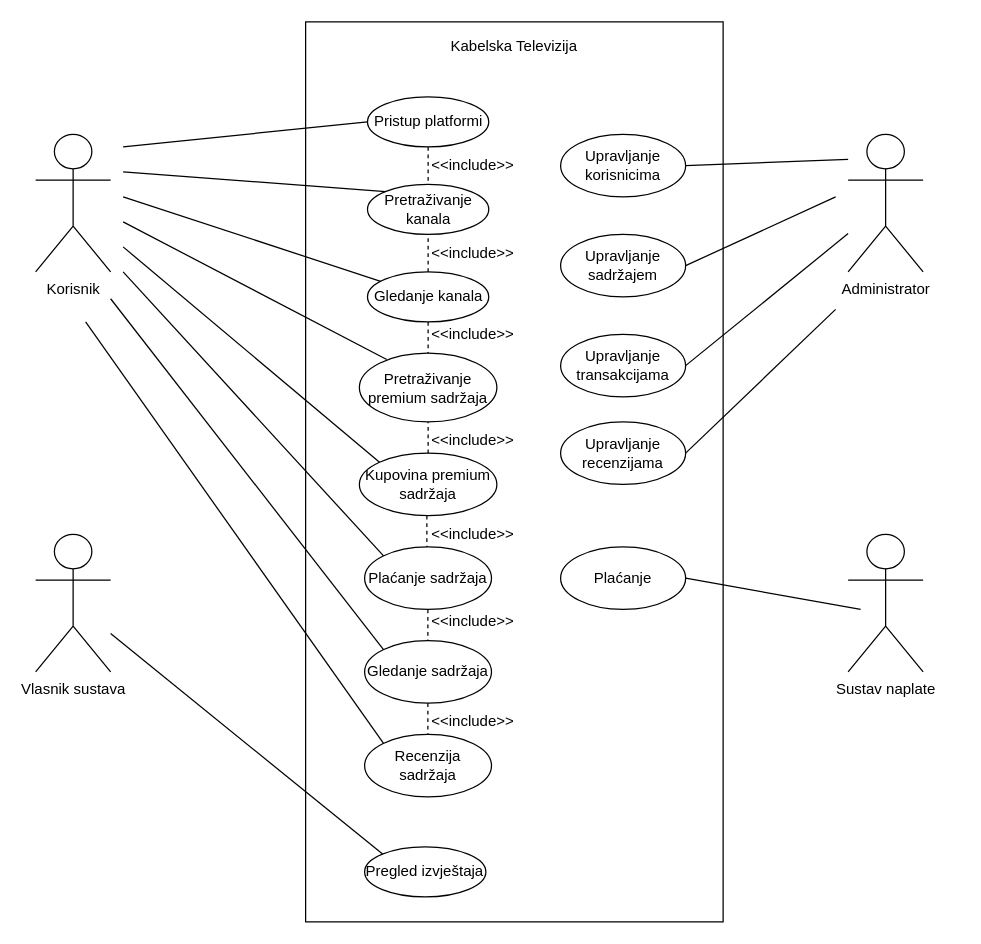
Above: 3. Specifikacija dizajna/Objektni model/Dijagram slučajeva korištenja.drawio in Franjo7/PIS (draw.io), before the change. Source tidied: cells renumbered, new cells numbered last; positions are measured from the earlier drawing's top-left corner, leaving out a move shared by most shapes. Both pictures are drawn from the tidied source at 125%, with x=0, y=0 at pixel (35, 21).
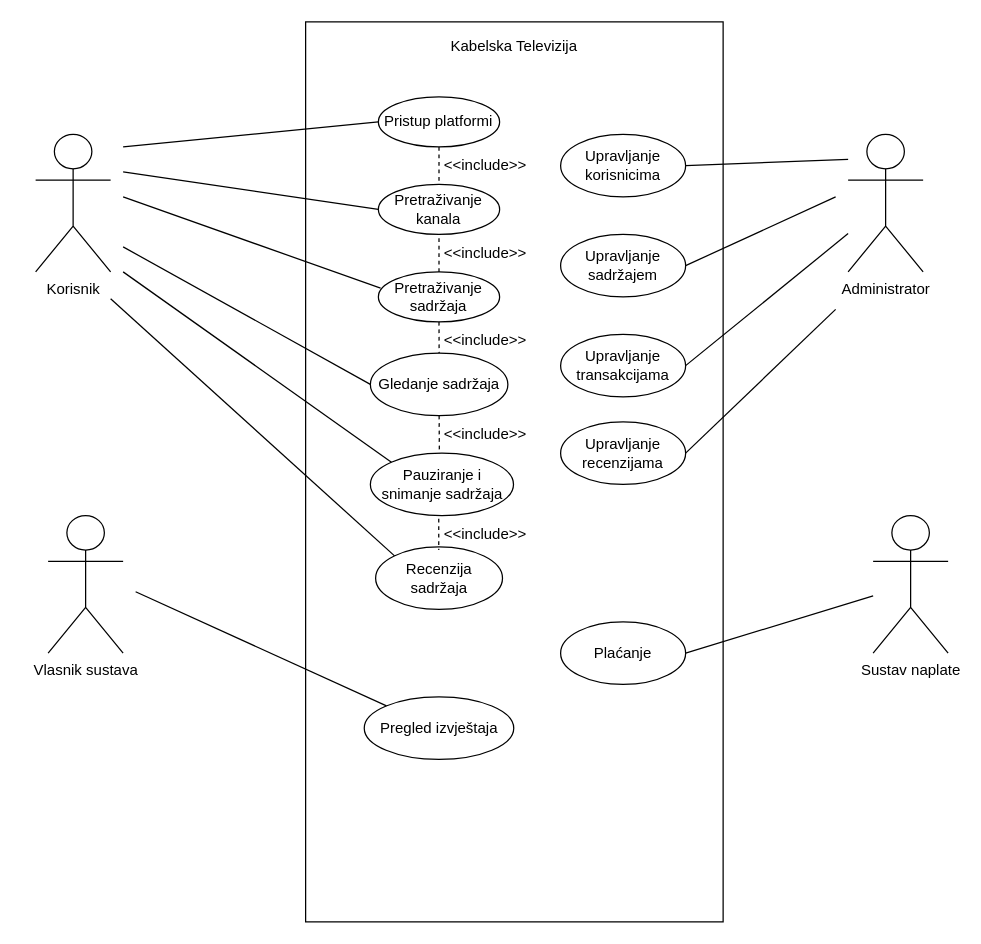
The same diagram, later.

The change refers to these unchanged cells:
```xml
<mxCell id="17" value="Upravljanje&lt;br&gt;korisnicima" style="ellipse;whiteSpace=wrap;html=1;" parent="1" vertex="1">
  <mxGeometry x="420" y="90" width="100" height="50" as="geometry" />
</mxCell>
<mxCell id="18" value="Upravljanje&lt;br&gt;sadržajem" style="ellipse;whiteSpace=wrap;html=1;" parent="1" vertex="1">
  <mxGeometry x="420" y="170" width="100" height="50" as="geometry" />
</mxCell>
<mxCell id="20" value="Upravljanje&lt;br&gt;recenzijama" style="ellipse;whiteSpace=wrap;html=1;" parent="1" vertex="1">
  <mxGeometry x="420" y="320" width="100" height="50" as="geometry" />
</mxCell>
```

Change to the diagram source:
```diff
@@
-<mxGraphModel>
+<mxGraphModel background="#ffffff">
@@
-    <mxCell id="5" value="Gledanje kanala" style="ellipse;whiteSpace=wrap;html=1;" parent="1" vertex="1">
-      <mxGeometry x="265.5" y="200" width="97" height="40" as="geometry" />
-    </mxCell>
-    <mxCell id="6" value="Pretraživanje premium sadržaja" style="ellipse;whiteSpace=wrap;html=1;" parent="1" vertex="1">
-      <mxGeometry x="259" y="265" width="110" height="55" as="geometry" />
-    </mxCell>
-    <mxCell id="7" value="Kupovina&amp;nbsp;premium sadržaja" style="ellipse;whiteSpace=wrap;html=1;" parent="1" vertex="1">
-      <mxGeometry x="259" y="345" width="110" height="50" as="geometry" />
-    </mxCell>
-    <mxCell id="8" value="Plaćanje sadržaja" style="ellipse;whiteSpace=wrap;html=1;" parent="1" vertex="1">
-      <mxGeometry x="263.2" y="420" width="101.5" height="50" as="geometry" />
-    </mxCell>
+    <mxCell id="50" value="Pretraživanje sadržaja" style="ellipse;whiteSpace=wrap;html=1;" parent="1" vertex="1">
+      <mxGeometry x="274.2" y="200" width="97" height="40" as="geometry" />
+    </mxCell>
+    <mxCell id="32" value="Gledanje sadržaja" style="ellipse;whiteSpace=wrap;html=1;" parent="1" vertex="1">
+      <mxGeometry x="267.8" y="265" width="110" height="50" as="geometry" />
+    </mxCell>
+    <mxCell id="51" value="Pauziranje i snimanje sadržaja" style="ellipse;whiteSpace=wrap;html=1;" parent="1" vertex="1">
+      <mxGeometry x="267.8" y="345" width="114.5" height="50" as="geometry" />
+    </mxCell>
     <mxCell id="9" value="Pristup platformi" style="ellipse;whiteSpace=wrap;html=1;" parent="1" vertex="1">
-      <mxGeometry x="265.5" y="60" width="97" height="40" as="geometry" />
+      <mxGeometry x="274.2" y="60" width="97" height="40" as="geometry" />
     </mxCell>
-    <mxCell id="10" style="endArrow=none;dashed=1;html=1;rounded=0;exitX=0.5;exitY=1;exitDx=0;exitDy=0;entryX=0.5;entryY=0;entryDx=0;entryDy=0;" parent="1" edge="1" source="5" target="6">
-      <mxGeometry relative="1" as="geometry" />
-    </mxCell>
-    <mxCell id="11" style="endArrow=none;dashed=1;html=1;rounded=0;exitX=0.5;exitY=0;exitDx=0;exitDy=0;entryX=0.5;entryY=1;entryDx=0;entryDy=0;" parent="1" edge="1" source="7" target="6">
-      <mxGeometry relative="1" as="geometry" />
-    </mxCell>
-    <mxCell id="12" value="&amp;lt;&amp;lt;include&amp;gt;&amp;gt;" style="text;html=1;strokeColor=none;fillColor=none;align=center;verticalAlign=middle;whiteSpace=wrap;rounded=0;" parent="1" vertex="1">
-      <mxGeometry x="320" y="235" width="60" height="30" as="geometry" />
-    </mxCell>
-    <mxCell id="13" value="&amp;lt;&amp;lt;include&amp;gt;&amp;gt;" style="text;html=1;strokeColor=none;fillColor=none;align=center;verticalAlign=middle;whiteSpace=wrap;rounded=0;" parent="1" vertex="1">
-      <mxGeometry x="320" y="320" width="60" height="30" as="geometry" />
-    </mxCell>
-    <mxCell id="14" value="&amp;lt;&amp;lt;include&amp;gt;&amp;gt;" style="text;html=1;strokeColor=none;fillColor=none;align=center;verticalAlign=middle;whiteSpace=wrap;rounded=0;" parent="1" vertex="1">
-      <mxGeometry x="320" y="395" width="60" height="30" as="geometry" />
-    </mxCell>
+    <mxCell id="52" style="endArrow=none;dashed=1;html=1;rounded=0;exitX=0.5;exitY=1;exitDx=0;exitDy=0;entryX=0.5;entryY=0;entryDx=0;entryDy=0;" parent="1" edge="1" source="50" target="32">
+      <mxGeometry relative="1" as="geometry" />
+    </mxCell>
+    <mxCell id="53" value="&amp;lt;&amp;lt;include&amp;gt;&amp;gt;" style="text;html=1;strokeColor=none;fillColor=none;align=center;verticalAlign=middle;whiteSpace=wrap;rounded=0;" parent="1" vertex="1">
+      <mxGeometry x="330" y="240" width="60" height="30" as="geometry" />
+    </mxCell>
+    <mxCell id="54" value="&amp;lt;&amp;lt;include&amp;gt;&amp;gt;" style="text;html=1;strokeColor=none;fillColor=none;align=center;verticalAlign=middle;whiteSpace=wrap;rounded=0;" parent="1" vertex="1">
+      <mxGeometry x="330" y="315" width="60" height="30" as="geometry" />
+    </mxCell>
     <mxCell id="15" value="Pregled izvještaja" style="ellipse;whiteSpace=wrap;html=1;" parent="1" vertex="1">
-      <mxGeometry x="263.2" y="660" width="97" height="40" as="geometry" />
+      <mxGeometry x="262.9" y="540" width="119.6" height="50" as="geometry" />
     </mxCell>
-    <mxCell id="16" style="endArrow=none;html=1;rounded=0;entryX=0;entryY=0;entryDx=0;entryDy=0;" parent="1" edge="1" source="34" target="15">
-      <mxGeometry relative="1" as="geometry" />
-    </mxCell>
+    <mxCell id="55" style="endArrow=none;html=1;rounded=0;entryX=0;entryY=0;entryDx=0;entryDy=0;" parent="1" edge="1" target="15">
+      <mxGeometry relative="1" as="geometry">
+        <mxPoint x="80" y="455.9" as="sourcePoint" />
+      </mxGeometry>
+    </mxCell>
@@
     <mxCell id="21" value="Plaćanje" style="ellipse;whiteSpace=wrap;html=1;" parent="1" vertex="1">
-      <mxGeometry x="420" y="420" width="100" height="50" as="geometry" />
+      <mxGeometry x="420" y="480" width="100" height="50" as="geometry" />
     </mxCell>
-    <mxCell id="22" style="endArrow=none;html=1;rounded=0;entryX=1;entryY=0.5;entryDx=0;entryDy=0;" parent="1" edge="1" target="21">
-      <mxGeometry relative="1" as="geometry">
-        <mxPoint x="660" y="470" as="sourcePoint" />
-      </mxGeometry>
-    </mxCell>
-    <mxCell id="23" style="endArrow=none;html=1;rounded=0;exitX=1;exitY=0.5;exitDx=0;exitDy=0;" parent="1" edge="1" source="17">
-      <mxGeometry relative="1" as="geometry">
-        <mxPoint x="650" y="110" as="targetPoint" />
-      </mxGeometry>
-    </mxCell>
-    <mxCell id="24" style="endArrow=none;html=1;rounded=0;exitX=1;exitY=0.5;exitDx=0;exitDy=0;" parent="1" edge="1" source="18">
-      <mxGeometry relative="1" as="geometry">
-        <mxPoint x="640" y="140" as="targetPoint" />
-      </mxGeometry>
-    </mxCell>
+    <mxCell id="56" style="endArrow=none;html=1;rounded=0;entryX=1;entryY=0.5;entryDx=0;entryDy=0;" parent="1" edge="1" source="35" target="21">
+      <mxGeometry relative="1" as="geometry" />
+    </mxCell>
+    <mxCell id="57" style="endArrow=none;html=1;rounded=0;exitX=1;exitY=0.5;exitDx=0;exitDy=0;" parent="1" edge="1" source="17">
+      <mxGeometry relative="1" as="geometry">
+        <mxPoint x="650" y="110" as="targetPoint" />
+      </mxGeometry>
+    </mxCell>
+    <mxCell id="58" style="endArrow=none;html=1;rounded=0;exitX=1;exitY=0.5;exitDx=0;exitDy=0;" parent="1" edge="1" source="18">
+      <mxGeometry relative="1" as="geometry">
+        <mxPoint x="640" y="140" as="targetPoint" />
+      </mxGeometry>
+    </mxCell>
@@
-    <mxCell id="26" style="endArrow=none;html=1;rounded=0;exitX=1;exitY=0.5;exitDx=0;exitDy=0;" parent="1" edge="1" source="20">
-      <mxGeometry relative="1" as="geometry">
-        <mxPoint x="640" y="230" as="targetPoint" />
-      </mxGeometry>
-    </mxCell>
+    <mxCell id="59" style="endArrow=none;html=1;rounded=0;exitX=1;exitY=0.5;exitDx=0;exitDy=0;" parent="1" edge="1" source="20">
+      <mxGeometry relative="1" as="geometry">
+        <mxPoint x="640" y="230" as="targetPoint" />
+      </mxGeometry>
+    </mxCell>
     <mxCell id="27" value="Pretraživanje kanala" style="ellipse;whiteSpace=wrap;html=1;" parent="1" vertex="1">
-      <mxGeometry x="265.5" y="130" width="97" height="40" as="geometry" />
+      <mxGeometry x="274.2" y="130" width="97" height="40" as="geometry" />
     </mxCell>
-    <mxCell id="28" value="&amp;lt;&amp;lt;include&amp;gt;&amp;gt;" style="text;html=1;strokeColor=none;fillColor=none;align=center;verticalAlign=middle;whiteSpace=wrap;rounded=0;" parent="1" vertex="1">
-      <mxGeometry x="320" y="100" width="60" height="30" as="geometry" />
-    </mxCell>
-    <mxCell id="29" style="endArrow=none;dashed=1;html=1;rounded=0;entryX=0.5;entryY=1;entryDx=0;entryDy=0;exitX=0.5;exitY=0;exitDx=0;exitDy=0;" parent="1" edge="1" source="5" target="27">
-      <mxGeometry relative="1" as="geometry" />
-    </mxCell>
-    <mxCell id="30" value="&amp;lt;&amp;lt;include&amp;gt;&amp;gt;" style="text;html=1;strokeColor=none;fillColor=none;align=center;verticalAlign=middle;whiteSpace=wrap;rounded=0;" parent="1" vertex="1">
-      <mxGeometry x="320" y="170" width="60" height="30" as="geometry" />
-    </mxCell>
+    <mxCell id="60" value="&amp;lt;&amp;lt;include&amp;gt;&amp;gt;" style="text;html=1;strokeColor=none;fillColor=none;align=center;verticalAlign=middle;whiteSpace=wrap;rounded=0;" parent="1" vertex="1">
+      <mxGeometry x="330" y="100" width="60" height="30" as="geometry" />
+    </mxCell>
+    <mxCell id="61" style="endArrow=none;dashed=1;html=1;rounded=0;entryX=0.5;entryY=1;entryDx=0;entryDy=0;exitX=0.5;exitY=0;exitDx=0;exitDy=0;" parent="1" edge="1" source="50" target="27">
+      <mxGeometry relative="1" as="geometry" />
+    </mxCell>
+    <mxCell id="62" value="&amp;lt;&amp;lt;include&amp;gt;&amp;gt;" style="text;html=1;strokeColor=none;fillColor=none;align=center;verticalAlign=middle;whiteSpace=wrap;rounded=0;" parent="1" vertex="1">
+      <mxGeometry x="330" y="170" width="60" height="30" as="geometry" />
+    </mxCell>
@@
-    <mxCell id="32" value="Gledanje sadržaja" style="ellipse;whiteSpace=wrap;html=1;" parent="1" vertex="1">
-      <mxGeometry x="263.2" y="495" width="101.5" height="50" as="geometry" />
-    </mxCell>
-    <mxCell id="33" style="endArrow=none;dashed=1;html=1;rounded=0;entryX=0.5;entryY=0;entryDx=0;entryDy=0;exitX=0.5;exitY=1;exitDx=0;exitDy=0;" parent="1" edge="1">
-      <mxGeometry relative="1" as="geometry">
-        <mxPoint x="313.8" y="470" as="sourcePoint" />
-        <mxPoint x="313.8" y="495" as="targetPoint" />
-      </mxGeometry>
-    </mxCell>
+    <mxCell id="37" value="Recenzija sadržaja" style="ellipse;whiteSpace=wrap;html=1;" parent="1" vertex="1">
+      <mxGeometry x="272" y="420" width="101.5" height="50" as="geometry" />
+    </mxCell>
     <mxCell id="34" value="Vlasnik sustava" style="shape=umlActor;verticalLabelPosition=bottom;verticalAlign=top;html=1;outlineConnect=0;" parent="1" vertex="1">
-      <mxGeometry y="410" width="60" height="110" as="geometry" />
+      <mxGeometry x="10" y="395" width="60" height="110" as="geometry" />
     </mxCell>
     <mxCell id="35" value="Sustav naplate" style="shape=umlActor;verticalLabelPosition=bottom;verticalAlign=top;html=1;outlineConnect=0;" parent="1" vertex="1">
-      <mxGeometry x="650" y="410" width="60" height="110" as="geometry" />
+      <mxGeometry x="670" y="395" width="60" height="110" as="geometry" />
     </mxCell>
@@
-    <mxCell id="37" value="Recenzija sadržaja" style="ellipse;whiteSpace=wrap;html=1;" parent="1" vertex="1">
-      <mxGeometry x="263.2" y="570" width="101.5" height="50" as="geometry" />
-    </mxCell>
-    <mxCell id="38" style="endArrow=none;dashed=1;html=1;rounded=0;entryX=0.5;entryY=0;entryDx=0;entryDy=0;exitX=0.5;exitY=1;exitDx=0;exitDy=0;" parent="1" edge="1">
-      <mxGeometry relative="1" as="geometry">
-        <mxPoint x="313.8" y="545" as="sourcePoint" />
-        <mxPoint x="313.8" y="570" as="targetPoint" />
-      </mxGeometry>
-    </mxCell>
-    <mxCell id="39" value="&amp;lt;&amp;lt;include&amp;gt;&amp;gt;" style="text;html=1;strokeColor=none;fillColor=none;align=center;verticalAlign=middle;whiteSpace=wrap;rounded=0;" parent="1" vertex="1">
-      <mxGeometry x="320" y="460" width="60" height="40" as="geometry" />
-    </mxCell>
-    <mxCell id="40" value="&amp;lt;&amp;lt;include&amp;gt;&amp;gt;" style="text;html=1;strokeColor=none;fillColor=none;align=center;verticalAlign=middle;whiteSpace=wrap;rounded=0;" parent="1" vertex="1">
-      <mxGeometry x="320" y="545" width="60" height="30" as="geometry" />
-    </mxCell>
-    <mxCell id="41" style="endArrow=none;html=1;rounded=0;entryX=0;entryY=0.5;entryDx=0;entryDy=0;" parent="1" edge="1" target="9">
-      <mxGeometry relative="1" as="geometry">
-        <mxPoint x="70" y="100" as="sourcePoint" />
-      </mxGeometry>
-    </mxCell>
-    <mxCell id="42" style="endArrow=none;html=1;rounded=0;entryX=0;entryY=0;entryDx=0;entryDy=0;" parent="1" edge="1" target="27">
-      <mxGeometry relative="1" as="geometry">
-        <mxPoint x="70" y="120" as="sourcePoint" />
-      </mxGeometry>
-    </mxCell>
-    <mxCell id="43" style="endArrow=none;html=1;rounded=0;" parent="1" edge="1" target="5">
-      <mxGeometry relative="1" as="geometry">
-        <mxPoint x="70" y="140" as="sourcePoint" />
-      </mxGeometry>
-    </mxCell>
-    <mxCell id="44" style="endArrow=none;html=1;rounded=0;entryX=0.199;entryY=0.092;entryDx=0;entryDy=0;entryPerimeter=0;" parent="1" edge="1" target="6">
-      <mxGeometry relative="1" as="geometry">
-        <mxPoint x="70" y="160" as="sourcePoint" />
-      </mxGeometry>
-    </mxCell>
-    <mxCell id="45" style="endArrow=none;html=1;rounded=0;entryX=0;entryY=0;entryDx=0;entryDy=0;" parent="1" edge="1" target="7">
-      <mxGeometry relative="1" as="geometry">
-        <mxPoint x="70" y="180" as="sourcePoint" />
-      </mxGeometry>
-    </mxCell>
-    <mxCell id="46" style="endArrow=none;html=1;rounded=0;entryX=0;entryY=0;entryDx=0;entryDy=0;" parent="1" edge="1" target="8">
-      <mxGeometry relative="1" as="geometry">
-        <mxPoint x="70" y="200" as="sourcePoint" />
-      </mxGeometry>
-    </mxCell>
-    <mxCell id="47" style="endArrow=none;html=1;rounded=0;entryX=0;entryY=0;entryDx=0;entryDy=0;" parent="1" edge="1" target="32">
-      <mxGeometry relative="1" as="geometry">
-        <mxPoint x="60" y="221.5" as="sourcePoint" />
-      </mxGeometry>
-    </mxCell>
-    <mxCell id="48" style="endArrow=none;html=1;rounded=0;entryX=0;entryY=0;entryDx=0;entryDy=0;" parent="1" edge="1" target="37">
-      <mxGeometry relative="1" as="geometry">
-        <mxPoint x="40" y="240" as="sourcePoint" />
-      </mxGeometry>
-    </mxCell>
-    <mxCell id="49" style="endArrow=none;dashed=1;html=1;rounded=0;entryX=0.5;entryY=0;entryDx=0;entryDy=0;exitX=0.5;exitY=1;exitDx=0;exitDy=0;" parent="1" edge="1">
-      <mxGeometry relative="1" as="geometry">
-        <mxPoint x="313" y="395" as="sourcePoint" />
-        <mxPoint x="313" y="420" as="targetPoint" />
-      </mxGeometry>
-    </mxCell>
+    <mxCell id="63" value="&amp;lt;&amp;lt;include&amp;gt;&amp;gt;" style="text;html=1;strokeColor=none;fillColor=none;align=center;verticalAlign=middle;whiteSpace=wrap;rounded=0;" parent="1" vertex="1">
+      <mxGeometry x="330" y="390" width="60" height="40" as="geometry" />
+    </mxCell>
+    <mxCell id="64" style="endArrow=none;html=1;rounded=0;entryX=0;entryY=0.5;entryDx=0;entryDy=0;" parent="1" edge="1" target="9">
+      <mxGeometry relative="1" as="geometry">
+        <mxPoint x="70" y="100" as="sourcePoint" />
+      </mxGeometry>
+    </mxCell>
+    <mxCell id="65" style="endArrow=none;html=1;rounded=0;entryX=0;entryY=0.5;entryDx=0;entryDy=0;" parent="1" edge="1" target="27">
+      <mxGeometry relative="1" as="geometry">
+        <mxPoint x="70" y="120" as="sourcePoint" />
+      </mxGeometry>
+    </mxCell>
+    <mxCell id="66" style="endArrow=none;html=1;rounded=0;entryX=0.018;entryY=0.325;entryDx=0;entryDy=0;entryPerimeter=0;" parent="1" edge="1" target="50">
+      <mxGeometry relative="1" as="geometry">
+        <mxPoint x="70" y="140" as="sourcePoint" />
+      </mxGeometry>
+    </mxCell>
+    <mxCell id="67" style="endArrow=none;html=1;rounded=0;entryX=0;entryY=0.5;entryDx=0;entryDy=0;" parent="1" edge="1" target="32">
+      <mxGeometry relative="1" as="geometry">
+        <mxPoint x="70" y="180" as="sourcePoint" />
+      </mxGeometry>
+    </mxCell>
+    <mxCell id="68" style="endArrow=none;html=1;rounded=0;entryX=0;entryY=0;entryDx=0;entryDy=0;" parent="1" edge="1" target="51">
+      <mxGeometry relative="1" as="geometry">
+        <mxPoint x="70" y="200" as="sourcePoint" />
+      </mxGeometry>
+    </mxCell>
+    <mxCell id="69" style="endArrow=none;html=1;rounded=0;entryX=0;entryY=0;entryDx=0;entryDy=0;" parent="1" edge="1" target="37">
+      <mxGeometry relative="1" as="geometry">
+        <mxPoint x="60" y="221.5" as="sourcePoint" />
+      </mxGeometry>
+    </mxCell>
+    <mxCell id="70" style="endArrow=none;dashed=1;html=1;rounded=0;entryX=0.5;entryY=0;entryDx=0;entryDy=0;exitX=0.5;exitY=1;exitDx=0;exitDy=0;" parent="1" edge="1">
+      <mxGeometry relative="1" as="geometry">
+        <mxPoint x="322.5" y="397.5" as="sourcePoint" />
+        <mxPoint x="322.5" y="422.5" as="targetPoint" />
+      </mxGeometry>
+    </mxCell>
+    <mxCell id="71" style="endArrow=none;dashed=1;html=1;rounded=0;entryX=0.482;entryY=0.003;entryDx=0;entryDy=0;entryPerimeter=0;" parent="1" edge="1" target="51">
+      <mxGeometry relative="1" as="geometry">
+        <mxPoint x="322.8" y="315" as="sourcePoint" />
+      </mxGeometry>
+    </mxCell>
```
